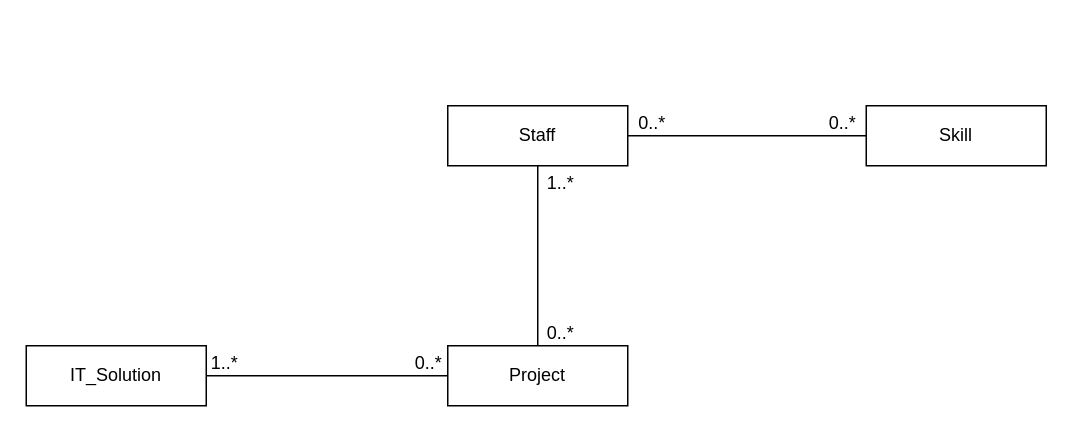
This is Tutorial02_DBS.drawio from Anuja-jayasinghe/DrawIo_Projects, a draw.io file, before an edit. Source tidied: cells renumbered, new cells numbered last; positions are measured from the earlier drawing's top-left corner, leaving out a move shared by most shapes. Both pictures are drawn from the tidied source at 150%, with x=0, y=0 at pixel (26, 100).
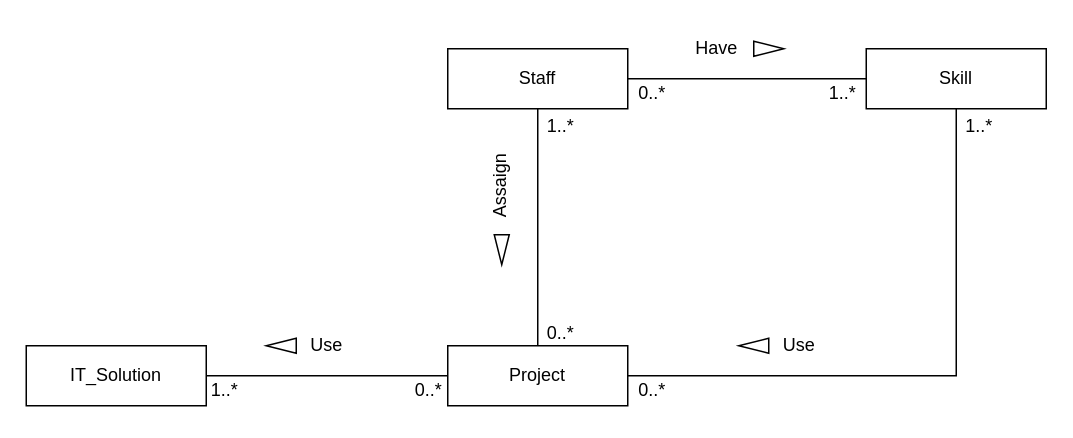
The same diagram, later.

The change refers to these unchanged cells:
```xml
<mxCell id="3" value="Project" style="rounded=0;whiteSpace=wrap;html=1;" parent="1" vertex="1">
  <mxGeometry x="281" y="163" width="120" height="40" as="geometry" />
</mxCell>
```

Diff of the diagram source:
```diff
@@
     <mxCell id="2" value="Staff" style="rounded=0;whiteSpace=wrap;html=1;" parent="1" vertex="1">
-      <mxGeometry x="281" y="3" width="120" height="40" as="geometry" />
+      <mxGeometry x="281" y="-35" width="120" height="40" as="geometry" />
     </mxCell>
@@
     <mxCell id="5" value="Skill" style="rounded=0;whiteSpace=wrap;html=1;" parent="1" vertex="1">
-      <mxGeometry x="560" y="3" width="120" height="40" as="geometry" />
+      <mxGeometry x="560" y="-35" width="120" height="40" as="geometry" />
     </mxCell>
@@
     <mxCell id="7" value="0..*" style="text;html=1;align=center;verticalAlign=middle;strokeColor=none;fillColor=none;" parent="1" vertex="1">
-      <mxGeometry x="248" y="160" width="40" height="30" as="geometry" />
+      <mxGeometry x="248" y="178" width="40" height="30" as="geometry" />
     </mxCell>
     <mxCell id="8" value="1..*" style="text;html=1;align=center;verticalAlign=middle;strokeColor=none;fillColor=none;" parent="1" vertex="1">
-      <mxGeometry x="112" y="160" width="40" height="30" as="geometry" />
+      <mxGeometry x="112" y="178" width="40" height="30" as="geometry" />
     </mxCell>
@@
     <mxCell id="10" value="1..*" style="text;html=1;align=center;verticalAlign=middle;strokeColor=none;fillColor=none;" parent="1" vertex="1">
-      <mxGeometry x="336" y="40" width="40" height="30" as="geometry" />
+      <mxGeometry x="336" y="2" width="40" height="30" as="geometry" />
     </mxCell>
@@
     <mxCell id="13" value="0..*" style="text;html=1;align=center;verticalAlign=middle;strokeColor=none;fillColor=none;" parent="1" vertex="1">
-      <mxGeometry x="397" width="40" height="30" as="geometry" />
+      <mxGeometry x="397" y="-20" width="40" height="30" as="geometry" />
     </mxCell>
-    <mxCell id="14" value="0..*" style="text;html=1;align=center;verticalAlign=middle;strokeColor=none;fillColor=none;" parent="1" vertex="1">
-      <mxGeometry x="524" width="40" height="30" as="geometry" />
+    <mxCell id="14" value="1..*" style="text;html=1;align=center;verticalAlign=middle;strokeColor=none;fillColor=none;" parent="1" vertex="1">
+      <mxGeometry x="524" y="-20" width="40" height="30" as="geometry" />
     </mxCell>
+    <mxCell id="15" style="endArrow=none;html=1;rounded=0;" parent="1" edge="1" source="5" target="3">
+      <mxGeometry relative="1" as="geometry">
+        <Array as="points">
+          <mxPoint x="620" y="183" />
+        </Array>
+      </mxGeometry>
+    </mxCell>
+    <mxCell id="16" value="Have" style="text;html=1;align=center;verticalAlign=middle;strokeColor=none;fillColor=none;" parent="1" vertex="1">
+      <mxGeometry x="435" y="-50" width="50" height="30" as="geometry" />
+    </mxCell>
+    <mxCell id="17" style="triangle;whiteSpace=wrap;html=1;" parent="1" vertex="1">
+      <mxGeometry x="485" y="-40" width="20" height="10" as="geometry" />
+    </mxCell>
+    <mxCell id="18" value="0..*" style="text;html=1;align=center;verticalAlign=middle;strokeColor=none;fillColor=none;" parent="1" vertex="1">
+      <mxGeometry x="397" y="178" width="40" height="30" as="geometry" />
+    </mxCell>
+    <mxCell id="19" value="1..*" style="text;html=1;align=center;verticalAlign=middle;strokeColor=none;fillColor=none;" parent="1" vertex="1">
+      <mxGeometry x="615" y="2" width="40" height="30" as="geometry" />
+    </mxCell>
+    <mxCell id="20" value="Assaign" style="text;html=1;align=center;verticalAlign=middle;strokeColor=none;fillColor=none;rotation=-90;" parent="1" vertex="1">
+      <mxGeometry x="281" y="42" width="70" height="30" as="geometry" />
+    </mxCell>
+    <mxCell id="21" style="triangle;whiteSpace=wrap;html=1;rotation=90;" parent="1" vertex="1">
+      <mxGeometry x="307" y="94" width="20" height="10" as="geometry" />
+    </mxCell>
+    <mxCell id="22" style="triangle;whiteSpace=wrap;html=1;rotation=-180;" parent="1" vertex="1">
+      <mxGeometry x="475" y="158" width="20" height="10" as="geometry" />
+    </mxCell>
+    <mxCell id="23" value="Use" style="text;html=1;align=center;verticalAlign=middle;strokeColor=none;fillColor=none;" parent="1" vertex="1">
+      <mxGeometry x="495" y="148" width="40" height="30" as="geometry" />
+    </mxCell>
+    <mxCell id="24" value="Use" style="text;html=1;align=center;verticalAlign=middle;strokeColor=none;fillColor=none;" parent="1" vertex="1">
+      <mxGeometry x="180" y="148" width="40" height="30" as="geometry" />
+    </mxCell>
+    <mxCell id="25" style="triangle;whiteSpace=wrap;html=1;rotation=-180;" parent="1" vertex="1">
+      <mxGeometry x="160" y="158" width="20" height="10" as="geometry" />
+    </mxCell>
```
